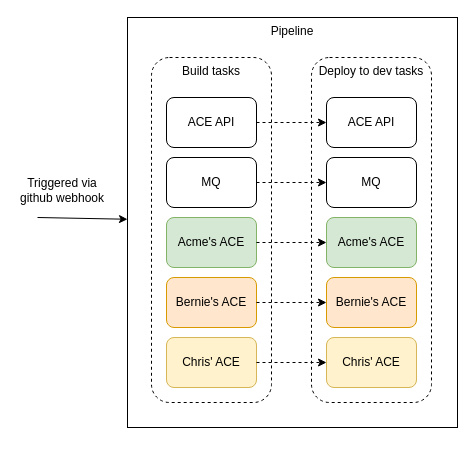
Above: DrivewayDentDeletion/media/dev-pipeline.drawio in IBM/cp4i-deployment-samples (draw.io), before the change. Source tidied: cells renumbered, new cells numbered last; positions are measured from the earlier drawing's top-left corner, leaving out a move shared by most shapes. Both pictures are drawn from the tidied source at 100%, with x=0, y=0 at pixel (17, 17).
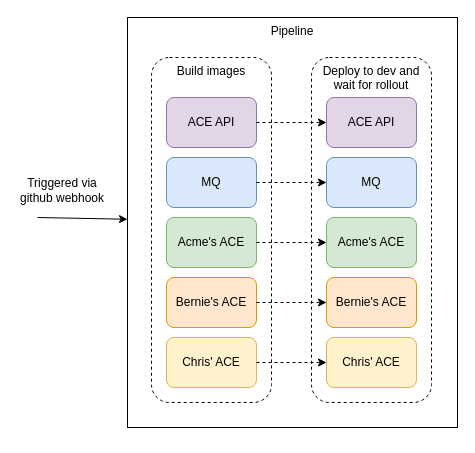
Above is the later version.

Unchanged cells that the change refers to:
```xml
<mxCell id="3" style="group;dashed=1;strokeColor=none;" parent="1" vertex="1">
  <mxGeometry x="294" y="40" width="120" height="345" as="geometry" />
</mxCell>
```

The edit, as a diff of the source:
```diff
@@
-    <mxCell id="4" value="Deploy to dev tasks" style="rounded=1;whiteSpace=wrap;html=1;verticalAlign=top;dashed=1;" parent="3" vertex="1">
+    <mxCell id="4" value="Deploy to dev and wait for rollout" style="rounded=1;whiteSpace=wrap;html=1;verticalAlign=top;dashed=1;" parent="3" vertex="1">
       <mxGeometry width="120" height="345" as="geometry" />
     </mxCell>
-    <mxCell id="5" value="ACE API" style="rounded=1;whiteSpace=wrap;html=1;" parent="3" vertex="1">
+    <mxCell id="5" value="ACE API" style="rounded=1;whiteSpace=wrap;html=1;fillColor=#e1d5e7;strokeColor=#9673a6;" parent="3" vertex="1">
       <mxGeometry x="15" y="40" width="90" height="50" as="geometry" />
     </mxCell>
-    <mxCell id="6" value="MQ" style="rounded=1;whiteSpace=wrap;html=1;" parent="3" vertex="1">
+    <mxCell id="6" value="MQ" style="rounded=1;whiteSpace=wrap;html=1;fillColor=#dae8fc;strokeColor=#6c8ebf;" parent="3" vertex="1">
       <mxGeometry x="15" y="100" width="90" height="50" as="geometry" />
     </mxCell>
@@
-    <mxCell id="12" value="Build tasks" style="rounded=1;whiteSpace=wrap;html=1;horizontal=1;verticalAlign=top;dashed=1;" parent="1" vertex="1">
+    <mxCell id="12" value="Build images" style="rounded=1;whiteSpace=wrap;html=1;horizontal=1;verticalAlign=top;dashed=1;" parent="1" vertex="1">
       <mxGeometry x="134" y="40" width="120" height="345" as="geometry" />
     </mxCell>
-    <mxCell id="13" value="ACE API" style="rounded=1;whiteSpace=wrap;html=1;" parent="1" vertex="1">
+    <mxCell id="13" value="ACE API" style="rounded=1;whiteSpace=wrap;html=1;fillColor=#e1d5e7;strokeColor=#9673a6;" parent="1" vertex="1">
       <mxGeometry x="149" y="80" width="90" height="50" as="geometry" />
     </mxCell>
-    <mxCell id="14" value="MQ" style="rounded=1;whiteSpace=wrap;html=1;" parent="1" vertex="1">
+    <mxCell id="14" value="MQ" style="rounded=1;whiteSpace=wrap;html=1;fillColor=#dae8fc;strokeColor=#6c8ebf;" parent="1" vertex="1">
       <mxGeometry x="149" y="140" width="90" height="50" as="geometry" />
     </mxCell>
```
